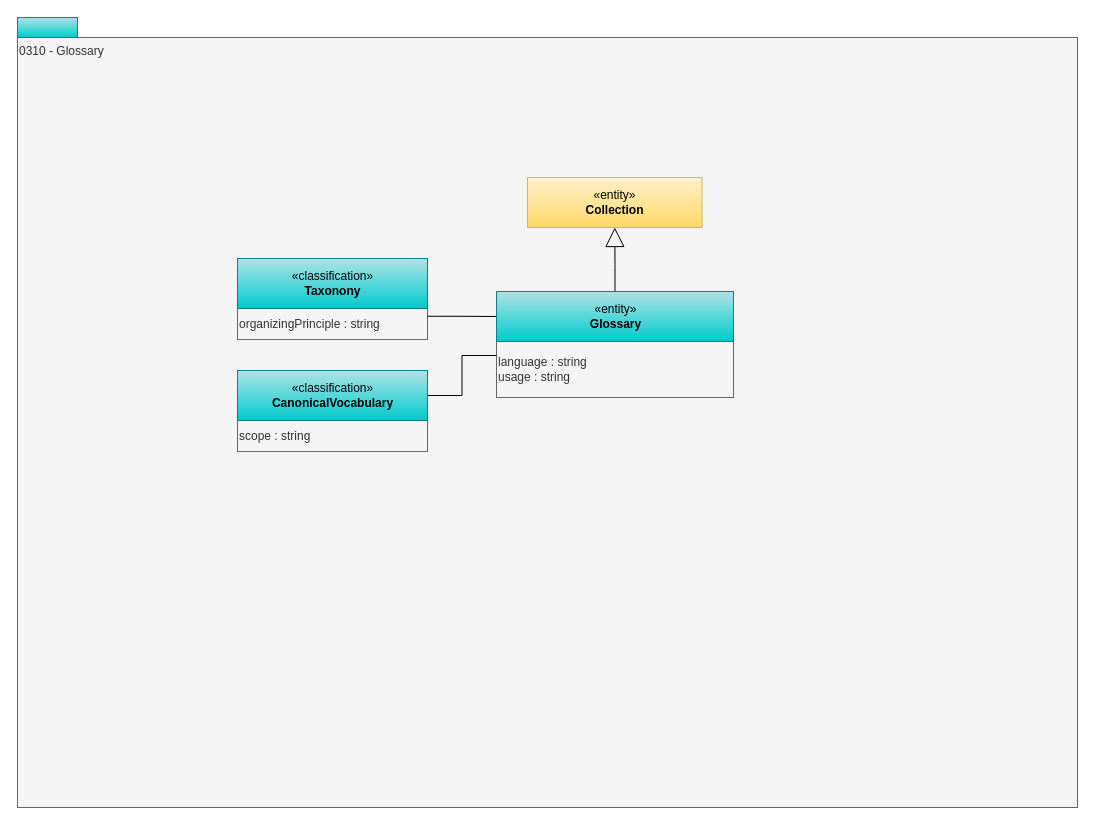
Before: page "0310-Glossary" (2 of 11) of site/docs/types/3/area-3-glossary.drawio in odpi/egeria-docs, a draw.io diagram. Source tidied: cells renumbered, new cells numbered last; positions are measured from the earlier drawing's top-left corner, leaving out a move shared by most shapes. Both pictures are drawn from the tidied source at 100%, with x=0, y=0 at pixel (17, 17).
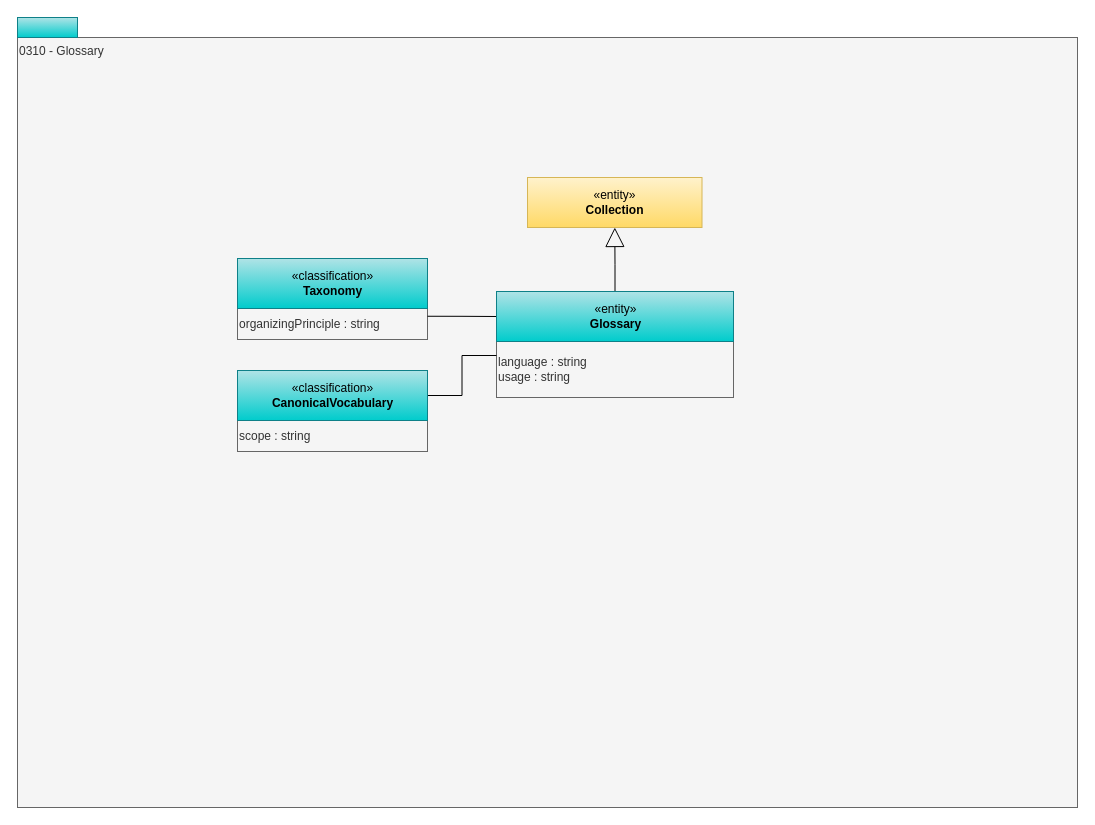
The same diagram, later.

The edit, as a diff of the source:
```diff
@@
 <mxGraphModel>
   <root>
     <mxCell id="0" />
     <mxCell id="1" parent="0" />
     <mxCell id="2" value="0310 - Glossary" style="rounded=0;whiteSpace=wrap;html=1;align=left;verticalAlign=top;fillColor=#f5f5f5;fontColor=#333333;strokeColor=#666666;" parent="1" vertex="1">
       <mxGeometry y="20" width="1060" height="770" as="geometry" />
     </mxCell>
     <mxCell id="3" value="organizingPrinciple : string&lt;br&gt;&lt;div style=&quot;text-align: left&quot;&gt;&lt;/div&gt;" style="rounded=0;whiteSpace=wrap;html=1;strokeColor=#666666;align=left;fillColor=#f5f5f5;fontColor=#333333;" parent="1" vertex="1">
       <mxGeometry x="220" y="291" width="190" height="31" as="geometry" />
     </mxCell>
     <mxCell id="4" style="edgeStyle=orthogonalEdgeStyle;rounded=0;jettySize=auto;html=1;exitX=1;exitY=0.25;exitDx=0;exitDy=0;endArrow=none;endFill=0;" parent="1" edge="1" source="3" target="10">
       <mxGeometry relative="1" as="geometry" />
     </mxCell>
-    <mxCell id="5" value="«classification»&lt;br&gt;&lt;b&gt;Taxonony&lt;/b&gt;" style="html=1;strokeColor=#0e8088;align=center;fillColor=#b0e3e6;gradientColor=#00CCCC;" parent="1" vertex="1">
+    <mxCell id="5" value="«classification»&lt;br&gt;&lt;b&gt;Taxonomy&lt;/b&gt;" style="html=1;strokeColor=#0e8088;align=center;fillColor=#b0e3e6;gradientColor=#00CCCC;" parent="1" vertex="1">
       <mxGeometry x="220" y="241" width="190" height="50" as="geometry" />
     </mxCell>
     <mxCell id="6" value="«entity»&lt;br&gt;&lt;b&gt;Collection&lt;/b&gt;" style="html=1;strokeColor=#d6b656;align=center;fillColor=#fff2cc;gradientColor=#ffd966;" parent="1" vertex="1">
       <mxGeometry x="510" y="160" width="174.5" height="50" as="geometry" />
     </mxCell>
     <mxCell id="7" value="language : string&lt;br&gt;usage : string" style="rounded=0;whiteSpace=wrap;html=1;strokeColor=#666666;align=left;fillColor=#f5f5f5;fontColor=#333333;" parent="1" vertex="1">
       <mxGeometry x="479" y="324" width="237" height="56" as="geometry" />
     </mxCell>
     <mxCell id="8" style="rounded=0;whiteSpace=wrap;html=1;align=left;fillColor=#b0e3e6;strokeColor=#0e8088;gradientColor=#00CCCC;" parent="1" vertex="1">
       <mxGeometry width="60" height="20" as="geometry" />
     </mxCell>
     <mxCell id="9" style="edgeStyle=orthogonalEdgeStyle;rounded=0;jettySize=auto;html=1;exitX=0.5;exitY=0;exitDx=0;exitDy=0;endArrow=block;endFill=0;endSize=17;" parent="1" edge="1" source="10" target="6">
       <mxGeometry relative="1" as="geometry" />
     </mxCell>
     <mxCell id="10" value="«entity»&lt;br&gt;&lt;b&gt;Glossary&lt;/b&gt;" style="html=1;strokeColor=#0e8088;align=center;fillColor=#b0e3e6;gradientColor=#00CCCC;" parent="1" vertex="1">
       <mxGeometry x="479" y="274" width="237" height="50" as="geometry" />
     </mxCell>
     <mxCell id="11" value="scope : string&lt;br&gt;&lt;div style=&quot;text-align: left&quot;&gt;&lt;/div&gt;" style="rounded=0;whiteSpace=wrap;html=1;strokeColor=#666666;align=left;fillColor=#f5f5f5;fontColor=#333333;" parent="1" vertex="1">
       <mxGeometry x="220" y="403" width="190" height="31" as="geometry" />
     </mxCell>
     <mxCell id="12" style="edgeStyle=orthogonalEdgeStyle;rounded=0;jettySize=auto;html=1;exitX=1;exitY=0.5;exitDx=0;exitDy=0;endArrow=none;endFill=0;entryX=0;entryY=0.25;entryDx=0;entryDy=0;" parent="1" edge="1" source="13" target="7">
       <mxGeometry relative="1" as="geometry" />
     </mxCell>
     <mxCell id="13" value="«classification»&lt;br&gt;&lt;b&gt;CanonicalVocabulary&lt;/b&gt;" style="html=1;strokeColor=#0e8088;align=center;fillColor=#b0e3e6;gradientColor=#00CCCC;" parent="1" vertex="1">
       <mxGeometry x="220" y="353" width="190" height="50" as="geometry" />
     </mxCell>
   </root>
 </mxGraphModel>
```
